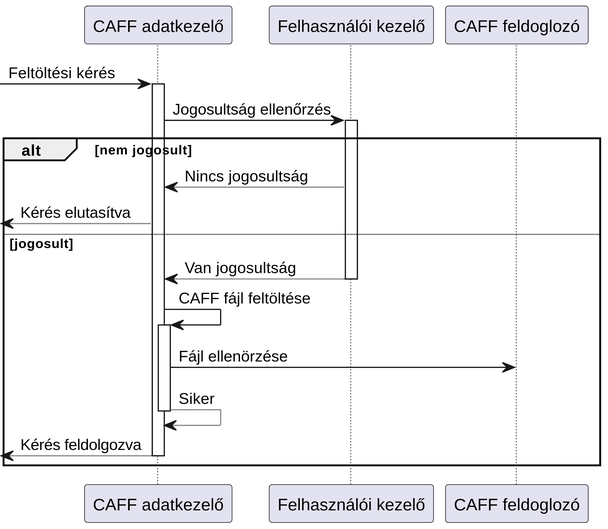
Before: Pictures/sequence_upload/Upload.svg, a diagram exported from PlantUML (Fylota/hagyma_crysys). The source it was exported from:
```plantuml
@startuml Upload
scale 5

participant "CAFF adatkezelő" as caff
participant "Felhasználói kezelő" as felhasznalokezelo
participant "CAFF feldoglozó" as caffParser

-> caff : Feltöltési kérés
activate caff
caff -> felhasznalokezelo : Jogosultság ellenőrzés
activate felhasznalokezelo
alt nem jogosult
    felhasznalokezelo --> caff : Nincs jogosultság
    <-- caff : Kérés elutasítva
else jogosult
    felhasznalokezelo --> caff : Van jogosultság
    deactivate felhasznalokezelo
    caff -> caff : CAFF fájl feltöltése
    activate caff
    caff -> caffParser: Fájl ellenörzése
    caff --> caff : Siker
    deactivate caff
    <-- caff : Kérés feldolgozva
    deactivate caff
end

@enduml
```
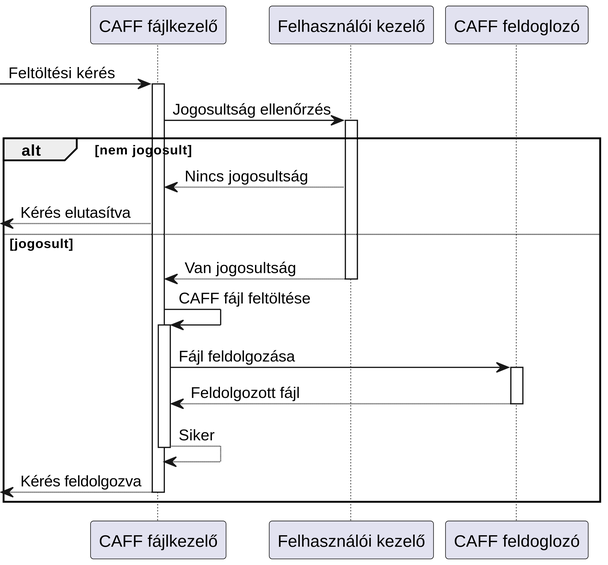
Later version of the same file.

The edit, as a diff of the source:
```diff
@@ -1,7 +1,7 @@
 @startuml Upload
 scale 5
 
-participant "CAFF adatkezelő" as caff
+participant "CAFF fájlkezelő" as caff
 participant "Felhasználói kezelő" as felhasznalokezelo
 participant "CAFF feldoglozó" as caffParser
 
@@ -17,7 +17,10 @@
     deactivate felhasznalokezelo
     caff -> caff : CAFF fájl feltöltése
     activate caff
-    caff -> caffParser: Fájl ellenörzése
+    caff -> caffParser: Fájl feldolgozása
+    activate caffParser
+    caff <-- caffParser: Feldolgozott fájl
+    deactivate caffParser
     caff --> caff : Siker
     deactivate caff
     <-- caff : Kérés feldolgozva
```
